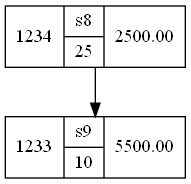
The Graphviz diagram Cliente/src/assets/arboles/inventario.png in RojasCJP/EDD_VirtualMall_201900289, before a commit. Its source is kept beside it as Cliente/src/assets/graphviz/inventario.dot.
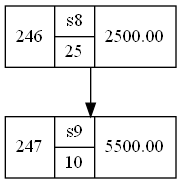
After the change.

Diff of the diagram source:
```diff
@@ -1,6 +1,6 @@
 digraph arbol{
   node [shape=record]
-"1233" [label="1233|{s9|10}|5500.00"]
-"1234" [label="1234|{s8|25}|2500.00"]
-"1234"->"1233"
+"246" [label="246|{s8|25}|2500.00"]
+"246"->"247"
+"247" [label="247|{s9|10}|5500.00"]
 }
```
